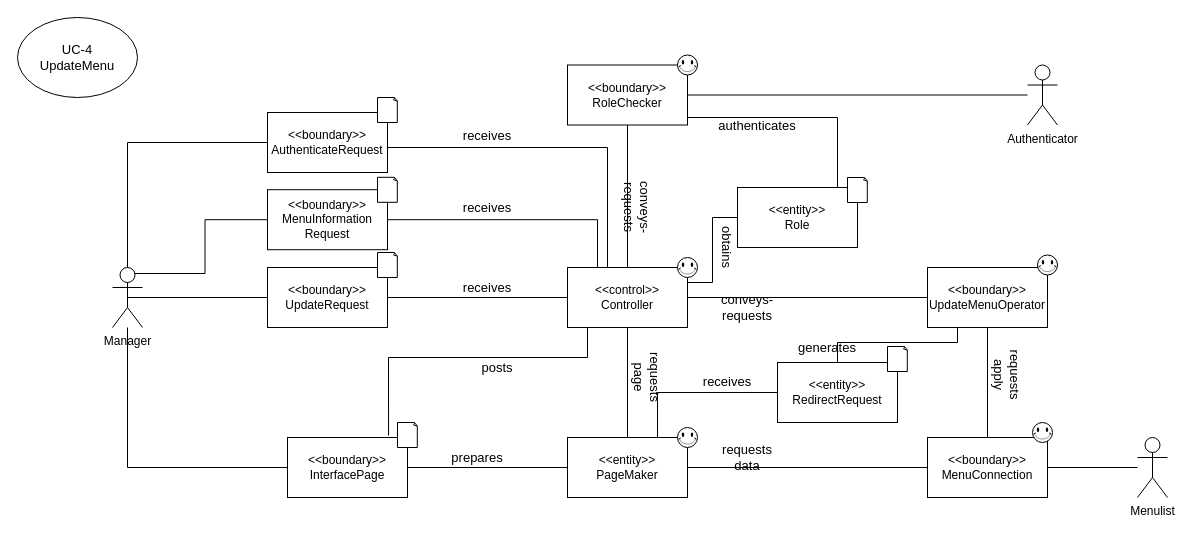
Earlier version of the draw.io diagram docs/SubgroupB_management/domainmodel/d4 updatemenu.drawio (cau-sw-engineering-2021/online-pizza-ordering-system). Source tidied: cells renumbered, new cells numbered last; positions are measured from the earlier drawing's top-left corner, leaving out a move shared by most shapes. Both pictures are drawn from the tidied source at 100%, with x=0, y=0 at pixel (17, 17).
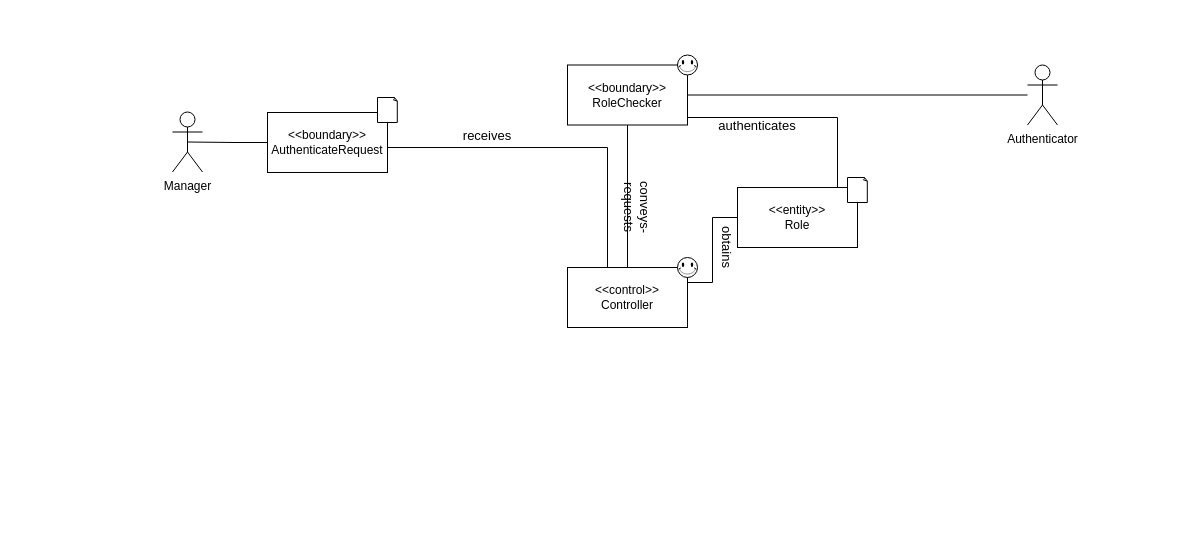
The same diagram, later.

The change refers to these unchanged cells:
```xml
<mxCell id="14" value="&amp;lt;&amp;lt;boundary&amp;gt;&amp;gt;&lt;br&gt;AuthenticateRequest" style="rounded=0;whiteSpace=wrap;html=1;" parent="1" vertex="1">
  <mxGeometry x="250" y="95" width="120" height="60" as="geometry" />
</mxCell>
<mxCell id="22" value="&amp;lt;&amp;lt;control&amp;gt;&amp;gt;&lt;br&gt;Controller" style="rounded=0;whiteSpace=wrap;html=1;" parent="1" vertex="1">
  <mxGeometry x="550" y="250" width="120" height="60" as="geometry" />
</mxCell>
```

Change to the diagram source:
```diff
@@
-    <mxCell id="2" style="edgeStyle=orthogonalEdgeStyle;rounded=0;jettySize=auto;html=1;exitX=0.25;exitY=1;exitDx=0;exitDy=0;entryX=0.5;entryY=0;entryDx=0;entryDy=0;endArrow=none;endFill=0;" parent="1" edge="1" source="4" target="53">
-      <mxGeometry relative="1" as="geometry">
-        <Array as="points">
-          <mxPoint x="940" y="325" />
-          <mxPoint x="820" y="325" />
-        </Array>
-      </mxGeometry>
-    </mxCell>
-    <mxCell id="3" style="edgeStyle=orthogonalEdgeStyle;rounded=0;jettySize=auto;html=1;endArrow=none;endFill=0;" parent="1" edge="1" source="4" target="9">
-      <mxGeometry relative="1" as="geometry" />
-    </mxCell>
-    <mxCell id="4" value="&amp;lt;&amp;lt;boundary&amp;gt;&amp;gt;&lt;br&gt;UpdateMenuOperator" style="rounded=0;whiteSpace=wrap;html=1;" parent="1" vertex="1">
-      <mxGeometry x="910" y="250" width="120" height="60" as="geometry" />
-    </mxCell>
-    <mxCell id="5" style="edgeStyle=orthogonalEdgeStyle;rounded=0;jettySize=auto;html=1;endArrow=none;endFill=0;exitX=0.5;exitY=0.5;exitDx=0;exitDy=0;exitPerimeter=0;" parent="1" edge="1" source="7" target="16">
-      <mxGeometry relative="1" as="geometry" />
-    </mxCell>
-    <mxCell id="6" style="edgeStyle=orthogonalEdgeStyle;rounded=0;jettySize=auto;html=1;exitX=0.75;exitY=0.1;exitDx=0;exitDy=0;exitPerimeter=0;entryX=0;entryY=0.5;entryDx=0;entryDy=0;endArrow=none;endFill=0;" parent="1" edge="1" source="7" target="58">
-      <mxGeometry relative="1" as="geometry" />
-    </mxCell>
     <mxCell id="7" value="Manager" style="shape=umlActor;verticalLabelPosition=bottom;verticalAlign=top;html=1;outlineConnect=0;" parent="1" vertex="1">
-      <mxGeometry x="95" y="250" width="30" height="60" as="geometry" />
+      <mxGeometry x="155" y="94.5" width="30" height="60" as="geometry" />
     </mxCell>
-    <mxCell id="8" style="edgeStyle=orthogonalEdgeStyle;rounded=0;jettySize=auto;html=1;endArrow=none;endFill=0;" parent="1" edge="1" source="9" target="31">
-      <mxGeometry relative="1" as="geometry" />
-    </mxCell>
-    <mxCell id="9" value="&amp;lt;&amp;lt;boundary&amp;gt;&amp;gt;&lt;br&gt;MenuConnection" style="rounded=0;whiteSpace=wrap;html=1;" parent="1" vertex="1">
-      <mxGeometry x="910" y="420" width="120" height="60" as="geometry" />
-    </mxCell>
@@
+    <mxCell id="13" style="edgeStyle=orthogonalEdgeStyle;rounded=0;jettySize=auto;html=1;entryX=0.25;entryY=0;entryDx=0;entryDy=0;endArrow=none;endFill=0;" parent="1" edge="1" source="14" target="22">
+      <mxGeometry relative="1" as="geometry">
+        <Array as="points">
+          <mxPoint x="590" y="130" />
+          <mxPoint x="590" y="250" />
+        </Array>
+      </mxGeometry>
+    </mxCell>
-    <mxCell id="12" style="edgeStyle=orthogonalEdgeStyle;rounded=0;jettySize=auto;html=1;entryX=0.5;entryY=0;entryDx=0;entryDy=0;entryPerimeter=0;endArrow=none;endFill=0;" parent="1" edge="1" source="14" target="7">
+    <mxCell id="12" style="edgeStyle=orthogonalEdgeStyle;rounded=0;jettySize=auto;html=1;exitX=0;exitY=0.5;exitDx=0;exitDy=0;entryX=0.5;entryY=0.5;entryDx=0;entryDy=0;entryPerimeter=0;endArrow=none;endFill=0;" parent="1" edge="1" source="14" target="7">
       <mxGeometry relative="1" as="geometry" />
     </mxCell>
-    <mxCell id="13" style="edgeStyle=orthogonalEdgeStyle;rounded=0;jettySize=auto;html=1;entryX=0.25;entryY=0;entryDx=0;entryDy=0;endArrow=none;endFill=0;" parent="1" edge="1" source="14" target="22">
-      <mxGeometry relative="1" as="geometry">
-        <Array as="points">
-          <mxPoint x="590" y="130" />
-          <mxPoint x="590" y="250" />
-        </Array>
-      </mxGeometry>
-    </mxCell>
@@
-    <mxCell id="15" style="edgeStyle=orthogonalEdgeStyle;rounded=0;jettySize=auto;html=1;fontSize=13;endArrow=none;endFill=0;" parent="1" edge="1" source="16" target="22">
-      <mxGeometry relative="1" as="geometry" />
-    </mxCell>
-    <mxCell id="16" value="&amp;lt;&amp;lt;boundary&amp;gt;&amp;gt;&lt;br&gt;UpdateRequest" style="rounded=0;whiteSpace=wrap;html=1;" parent="1" vertex="1">
-      <mxGeometry x="250" y="250" width="120" height="60" as="geometry" />
-    </mxCell>
-    <mxCell id="17" style="edgeStyle=orthogonalEdgeStyle;rounded=0;jettySize=auto;html=1;endArrow=none;endFill=0;" parent="1" edge="1" source="18" target="7">
-      <mxGeometry relative="1" as="geometry" />
-    </mxCell>
-    <mxCell id="18" value="&amp;lt;&amp;lt;boundary&amp;gt;&amp;gt;&lt;br&gt;InterfacePage" style="rounded=0;whiteSpace=wrap;html=1;" parent="1" vertex="1">
-      <mxGeometry x="270" y="420" width="120" height="60" as="geometry" />
-    </mxCell>
-    <mxCell id="19" style="edgeStyle=orthogonalEdgeStyle;rounded=0;jettySize=auto;html=1;endArrow=none;endFill=0;" parent="1" edge="1" source="22" target="4">
-      <mxGeometry relative="1" as="geometry" />
-    </mxCell>
-    <mxCell id="20" style="edgeStyle=orthogonalEdgeStyle;rounded=0;jettySize=auto;html=1;entryX=0.842;entryY=-0.033;entryDx=0;entryDy=0;entryPerimeter=0;endArrow=none;endFill=0;" parent="1" edge="1" source="22" target="18">
-      <mxGeometry relative="1" as="geometry">
-        <Array as="points">
-          <mxPoint x="570" y="340" />
-          <mxPoint x="371" y="340" />
-        </Array>
-      </mxGeometry>
-    </mxCell>
-    <mxCell id="21" style="edgeStyle=orthogonalEdgeStyle;rounded=0;jettySize=auto;html=1;entryX=0.5;entryY=0;entryDx=0;entryDy=0;fontSize=13;endArrow=none;endFill=0;" parent="1" edge="1" source="22" target="25">
-      <mxGeometry relative="1" as="geometry" />
-    </mxCell>
@@
-    <mxCell id="23" style="edgeStyle=orthogonalEdgeStyle;rounded=0;jettySize=auto;html=1;endArrow=none;endFill=0;" parent="1" edge="1" source="25" target="18">
-      <mxGeometry relative="1" as="geometry" />
-    </mxCell>
-    <mxCell id="24" style="edgeStyle=orthogonalEdgeStyle;rounded=0;jettySize=auto;html=1;endArrow=none;endFill=0;" parent="1" edge="1" source="25" target="9">
-      <mxGeometry relative="1" as="geometry" />
-    </mxCell>
-    <mxCell id="25" value="&amp;lt;&amp;lt;entity&amp;gt;&amp;gt;&lt;br&gt;PageMaker" style="rounded=0;whiteSpace=wrap;html=1;" parent="1" vertex="1">
-      <mxGeometry x="550" y="420" width="120" height="60" as="geometry" />
-    </mxCell>
@@
-    <mxCell id="31" value="Menulist" style="shape=umlActor;verticalLabelPosition=bottom;verticalAlign=top;html=1;outlineConnect=0;" parent="1" vertex="1">
-      <mxGeometry x="1120" y="420" width="30" height="60" as="geometry" />
-    </mxCell>
@@
-    <mxCell id="33" value="receives" style="text;html=1;strokeColor=none;fillColor=none;align=center;verticalAlign=middle;whiteSpace=wrap;rounded=0;fontSize=13;" parent="1" vertex="1">
-      <mxGeometry x="450" y="260" width="40" height="20" as="geometry" />
-    </mxCell>
-    <mxCell id="34" value="posts" style="text;html=1;strokeColor=none;fillColor=none;align=center;verticalAlign=middle;whiteSpace=wrap;rounded=0;fontSize=13;" parent="1" vertex="1">
-      <mxGeometry x="460" y="340" width="40" height="20" as="geometry" />
-    </mxCell>
-    <mxCell id="35" value="prepares" style="text;html=1;strokeColor=none;fillColor=none;align=center;verticalAlign=middle;whiteSpace=wrap;rounded=0;fontSize=13;" parent="1" vertex="1">
-      <mxGeometry x="440" y="430" width="40" height="20" as="geometry" />
-    </mxCell>
-    <mxCell id="36" value="requests data" style="text;html=1;strokeColor=none;fillColor=none;align=center;verticalAlign=middle;whiteSpace=wrap;rounded=0;fontSize=13;" parent="1" vertex="1">
-      <mxGeometry x="710" y="430" width="40" height="20" as="geometry" />
-    </mxCell>
@@
-    <mxCell id="38" value="conveys-requests" style="text;html=1;strokeColor=none;fillColor=none;align=center;verticalAlign=middle;whiteSpace=wrap;rounded=0;fontSize=13;" parent="1" vertex="1">
-      <mxGeometry x="710" y="280" width="40" height="20" as="geometry" />
-    </mxCell>
@@
-    <mxCell id="41" value="requests page" style="text;html=1;strokeColor=none;fillColor=none;align=center;verticalAlign=middle;whiteSpace=wrap;rounded=0;fontSize=13;rotation=90;" parent="1" vertex="1">
-      <mxGeometry x="610" y="350" width="40" height="20" as="geometry" />
-    </mxCell>
-    <mxCell id="42" style="verticalLabelPosition=bottom;verticalAlign=top;html=1;shape=mxgraph.basic.smiley;fontSize=13;" parent="1" vertex="1">
-      <mxGeometry x="660" y="410" width="20" height="20" as="geometry" />
-    </mxCell>
@@
-    <mxCell id="45" style="verticalLabelPosition=bottom;verticalAlign=top;html=1;shape=mxgraph.basic.smiley;fontSize=13;" parent="1" vertex="1">
-      <mxGeometry x="1020" y="237.5" width="20" height="20" as="geometry" />
-    </mxCell>
-    <mxCell id="46" style="verticalLabelPosition=bottom;verticalAlign=top;html=1;shape=mxgraph.basic.smiley;fontSize=13;" parent="1" vertex="1">
-      <mxGeometry x="1015" y="405" width="20" height="20" as="geometry" />
-    </mxCell>
@@
-    <mxCell id="49" style="whiteSpace=wrap;html=1;shape=mxgraph.basic.document;fontSize=13;" parent="1" vertex="1">
-      <mxGeometry x="360" y="235" width="20" height="25" as="geometry" />
-    </mxCell>
-    <mxCell id="50" style="whiteSpace=wrap;html=1;shape=mxgraph.basic.document;fontSize=13;" parent="1" vertex="1">
-      <mxGeometry x="380" y="405" width="20" height="25" as="geometry" />
-    </mxCell>
-    <mxCell id="51" value="UC-4&lt;br&gt;UpdateMenu" style="ellipse;whiteSpace=wrap;html=1;fontSize=13;" parent="1" vertex="1">
-      <mxGeometry width="120" height="80" as="geometry" />
-    </mxCell>
-    <mxCell id="52" style="edgeStyle=orthogonalEdgeStyle;rounded=0;jettySize=auto;html=1;exitX=0;exitY=0.5;exitDx=0;exitDy=0;entryX=0.75;entryY=0;entryDx=0;entryDy=0;endArrow=none;endFill=0;" parent="1" edge="1" source="53" target="25">
-      <mxGeometry relative="1" as="geometry" />
-    </mxCell>
-    <mxCell id="53" value="&amp;lt;&amp;lt;entity&amp;gt;&amp;gt;&lt;br&gt;RedirectRequest" style="rounded=0;whiteSpace=wrap;html=1;" parent="1" vertex="1">
-      <mxGeometry x="760" y="345" width="120" height="60" as="geometry" />
-    </mxCell>
-    <mxCell id="54" style="whiteSpace=wrap;html=1;shape=mxgraph.basic.document;fontSize=13;" parent="1" vertex="1">
-      <mxGeometry x="870" y="329" width="20" height="25" as="geometry" />
-    </mxCell>
-    <mxCell id="55" value="generates" style="text;html=1;strokeColor=none;fillColor=none;align=center;verticalAlign=middle;whiteSpace=wrap;rounded=0;fontSize=13;" parent="1" vertex="1">
-      <mxGeometry x="790" y="320" width="40" height="20" as="geometry" />
-    </mxCell>
-    <mxCell id="56" value="receives" style="text;html=1;strokeColor=none;fillColor=none;align=center;verticalAlign=middle;whiteSpace=wrap;rounded=0;fontSize=13;" parent="1" vertex="1">
-      <mxGeometry x="690" y="354" width="40" height="20" as="geometry" />
-    </mxCell>
-    <mxCell id="57" style="edgeStyle=orthogonalEdgeStyle;rounded=0;jettySize=auto;html=1;exitX=1;exitY=0.5;exitDx=0;exitDy=0;entryX=0.25;entryY=0;entryDx=0;entryDy=0;endArrow=none;endFill=0;" parent="1" edge="1" source="58" target="22">
-      <mxGeometry relative="1" as="geometry" />
-    </mxCell>
-    <mxCell id="58" value="&amp;lt;&amp;lt;boundary&amp;gt;&amp;gt;&lt;br&gt;MenuInformation&lt;br&gt;Request" style="rounded=0;whiteSpace=wrap;html=1;" parent="1" vertex="1">
-      <mxGeometry x="250" y="172.2" width="120" height="60" as="geometry" />
-    </mxCell>
-    <mxCell id="59" style="whiteSpace=wrap;html=1;shape=mxgraph.basic.document;fontSize=13;" parent="1" vertex="1">
-      <mxGeometry x="360" y="159.8" width="20" height="25" as="geometry" />
-    </mxCell>
-    <mxCell id="60" value="receives" style="text;html=1;strokeColor=none;fillColor=none;align=center;verticalAlign=middle;whiteSpace=wrap;rounded=0;fontSize=13;" parent="1" vertex="1">
-      <mxGeometry x="450" y="180" width="40" height="20" as="geometry" />
-    </mxCell>
-    <mxCell id="61" value="requests apply" style="text;html=1;strokeColor=none;fillColor=none;align=center;verticalAlign=middle;whiteSpace=wrap;rounded=0;fontSize=13;rotation=90;" parent="1" vertex="1">
-      <mxGeometry x="970" y="347.5" width="40" height="20" as="geometry" />
-    </mxCell>
```
